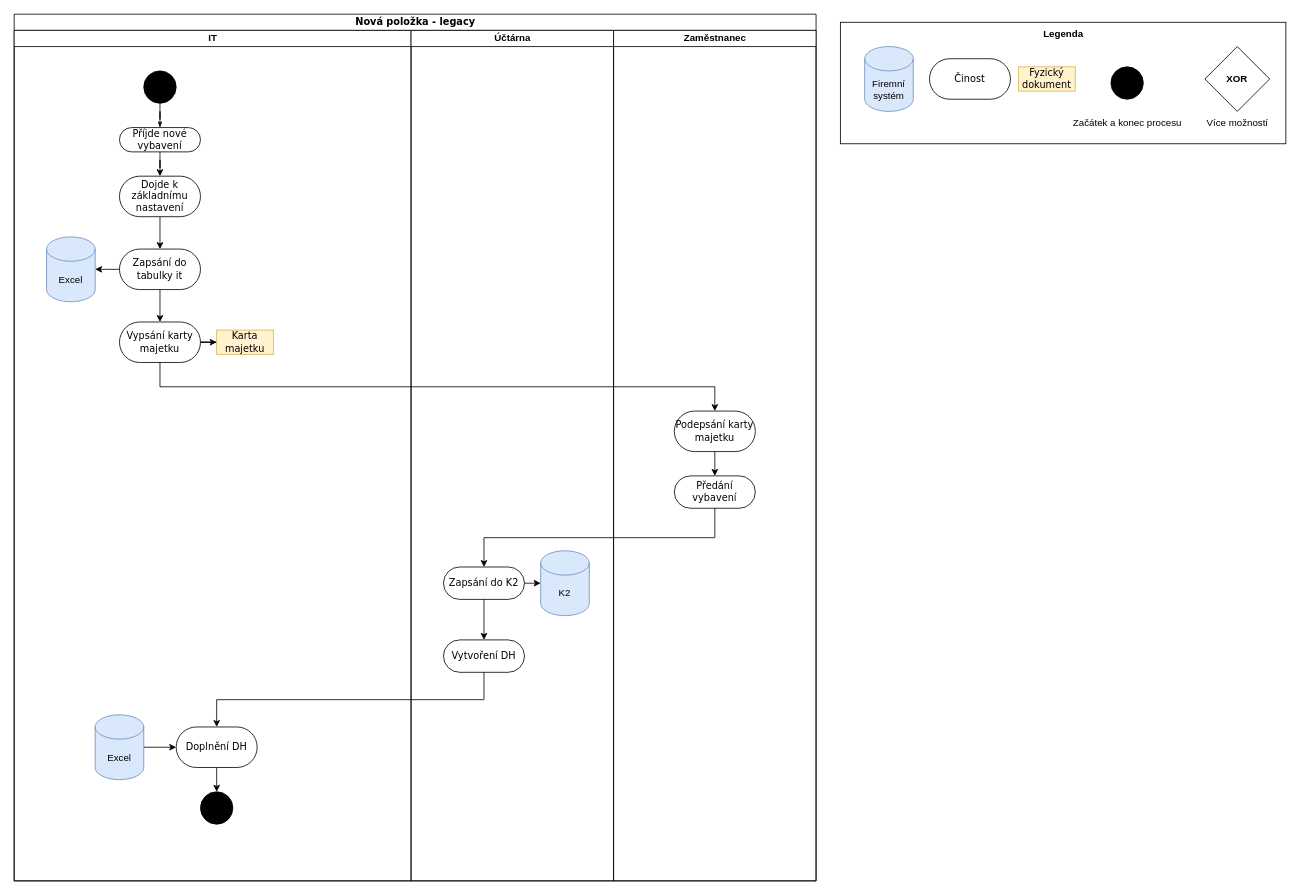
Above: page "Nová položka - legacy" (5 of 14) of UML - Inventar.drawio in horeckyj/drawio (draw.io), before the change. Source tidied: cells renumbered, new cells numbered last; positions are measured from the earlier drawing's top-left corner, leaving out a move shared by most shapes. Both pictures are drawn from the tidied source at 81%, with x=0, y=0 at pixel (14, 14).
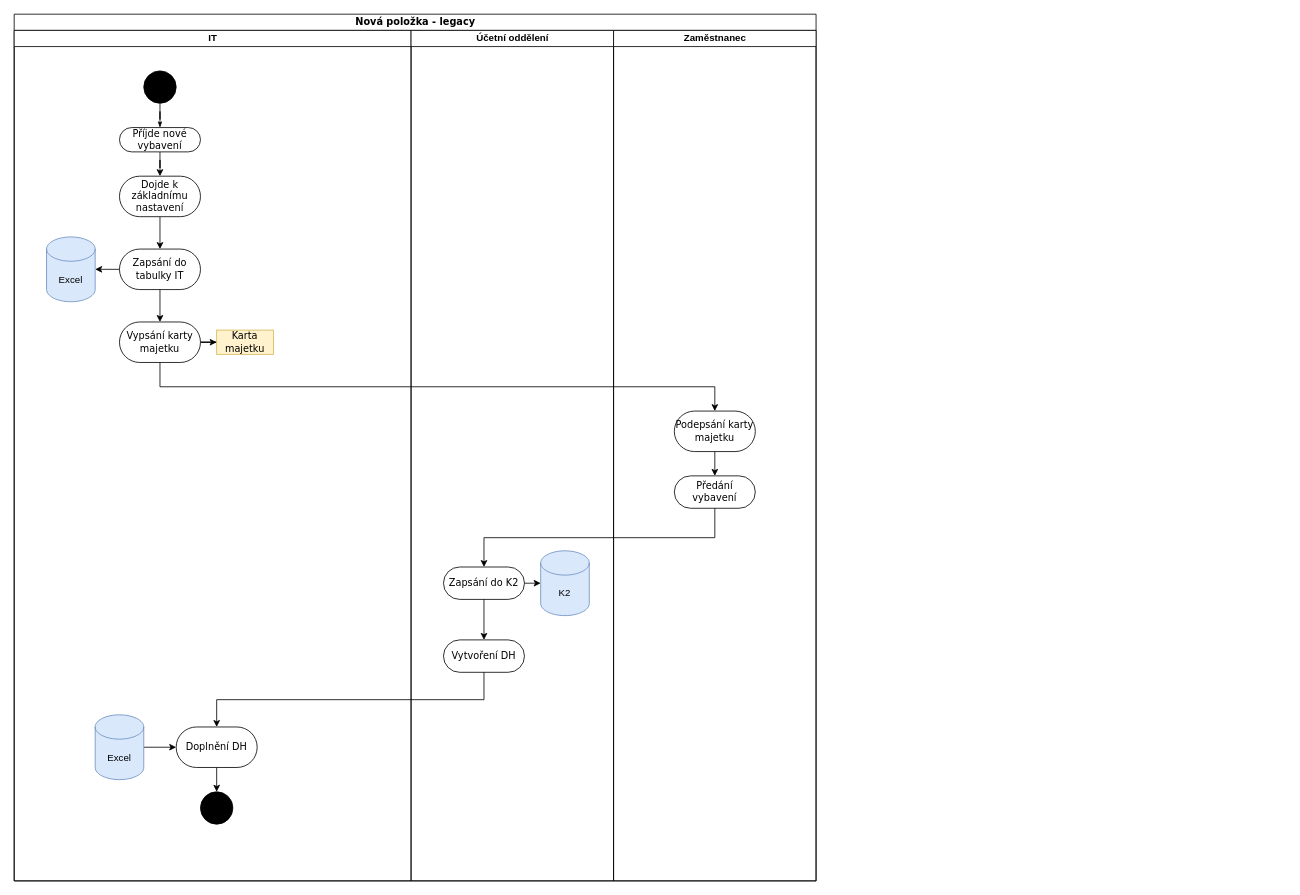
The same diagram, later.

The change refers to these unchanged cells:
```xml
<mxCell id="2" value="Nová položka - legacy" style="swimlane;html=1;startSize=20;rounded=0;shadow=0;comic=0;labelBackgroundColor=none;strokeWidth=1;fontFamily=Verdana;fontSize=12;align=center;" parent="1" vertex="1">
  <mxGeometry width="990" height="1070" as="geometry" />
</mxCell>
<mxCell id="3" value="IT" style="swimlane;html=1;startSize=20;" parent="2" vertex="1">
  <mxGeometry y="20" width="490" height="1050" as="geometry" />
</mxCell>
```

Diff of the diagram source:
```diff
@@
-    <mxCell id="14" value="Zapsání do tabulky it" style="rounded=1;whiteSpace=wrap;html=1;shadow=0;comic=0;labelBackgroundColor=none;strokeWidth=1;fontFamily=Verdana;fontSize=12;align=center;arcSize=50;" parent="3" vertex="1">
+    <mxCell id="14" value="Zapsání do tabulky IT" style="rounded=1;whiteSpace=wrap;html=1;shadow=0;comic=0;labelBackgroundColor=none;strokeWidth=1;fontFamily=Verdana;fontSize=12;align=center;arcSize=50;" parent="3" vertex="1">
       <mxGeometry x="130" y="270" width="100" height="50" as="geometry" />
     </mxCell>
@@
-    <mxCell id="22" value="Účtárna" style="swimlane;html=1;startSize=20;" parent="2" vertex="1">
+    <mxCell id="22" value="Účetní oddělení" style="swimlane;html=1;startSize=20;" parent="2" vertex="1">
       <mxGeometry x="490" y="20" width="250" height="1050" as="geometry" />
     </mxCell>
@@
-    <mxCell id="35" style="rounded=0;whiteSpace=wrap;html=1;" parent="1" vertex="1">
-      <mxGeometry x="1020" y="10" width="550" height="150" as="geometry" />
-    </mxCell>
-    <mxCell id="36" value="Firemní systém" style="shape=cylinder3;whiteSpace=wrap;html=1;boundedLbl=1;backgroundOutline=1;size=15;fillColor=#dae8fc;strokeColor=#6c8ebf;" parent="1" vertex="1">
-      <mxGeometry x="1050" y="40" width="60" height="80" as="geometry" />
-    </mxCell>
-    <mxCell id="37" value="Činost" style="rounded=1;whiteSpace=wrap;html=1;shadow=0;comic=0;labelBackgroundColor=none;strokeWidth=1;fontFamily=Verdana;fontSize=12;align=center;arcSize=50;" parent="1" vertex="1">
-      <mxGeometry x="1130" y="55" width="100" height="50" as="geometry" />
-    </mxCell>
-    <mxCell id="38" value="Fyzický dokument" style="rounded=0;whiteSpace=wrap;html=1;shadow=0;comic=0;labelBackgroundColor=none;strokeWidth=1;fontFamily=Verdana;fontSize=12;align=center;arcSize=50;fillColor=#fff2cc;strokeColor=#d6b656;" parent="1" vertex="1">
-      <mxGeometry x="1240" y="65" width="70" height="30" as="geometry" />
-    </mxCell>
-    <mxCell id="39" style="ellipse;whiteSpace=wrap;html=1;rounded=0;shadow=0;comic=0;labelBackgroundColor=none;strokeWidth=1;fillColor=#000000;fontFamily=Verdana;fontSize=12;align=center;" parent="1" vertex="1">
-      <mxGeometry x="1354" y="65" width="40" height="40" as="geometry" />
-    </mxCell>
-    <mxCell id="40" value="Začátek a konec procesu" style="text;html=1;align=center;verticalAlign=middle;strokeColor=none;fillColor=none;" parent="1" vertex="1">
-      <mxGeometry x="1294" y="120" width="160" height="30" as="geometry" />
-    </mxCell>
-    <mxCell id="41" value="&lt;b&gt;XOR&lt;/b&gt;" style="rhombus;whiteSpace=wrap;html=1;" parent="1" vertex="1">
-      <mxGeometry x="1470" y="40" width="80" height="80" as="geometry" />
-    </mxCell>
-    <mxCell id="42" value="Více možností" style="text;html=1;align=center;verticalAlign=middle;strokeColor=none;fillColor=none;" parent="1" vertex="1">
-      <mxGeometry x="1460" y="120" width="100" height="30" as="geometry" />
-    </mxCell>
-    <mxCell id="43" value="Legenda" style="text;html=1;align=center;verticalAlign=middle;strokeColor=none;fillColor=none;fontStyle=1;" parent="1" vertex="1">
-      <mxGeometry x="1260" y="10" width="70" height="30" as="geometry" />
-    </mxCell>
```
